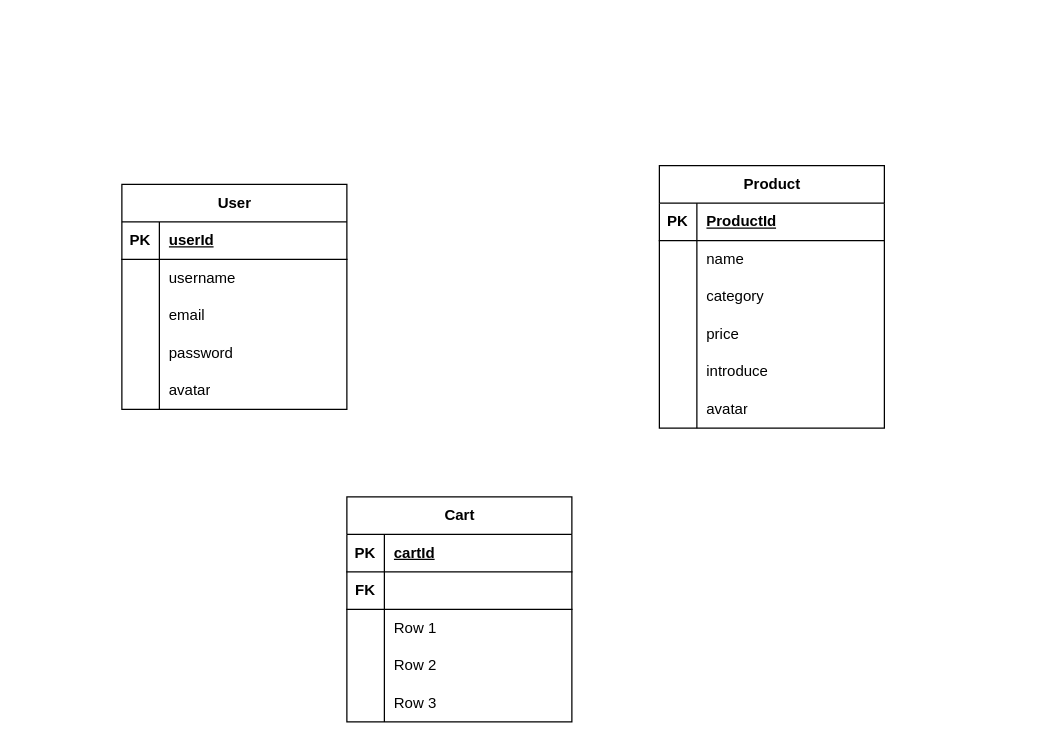
Above: Page_Diagram/petJPA.drawio in dzwfighting/pet_home_evan (draw.io), before the change. Source tidied: cells renumbered, new cells numbered last; positions are measured from the earlier drawing's top-left corner, leaving out a move shared by most shapes. Both pictures are drawn from the tidied source at 125%, with x=0, y=0 at pixel (121, 165).
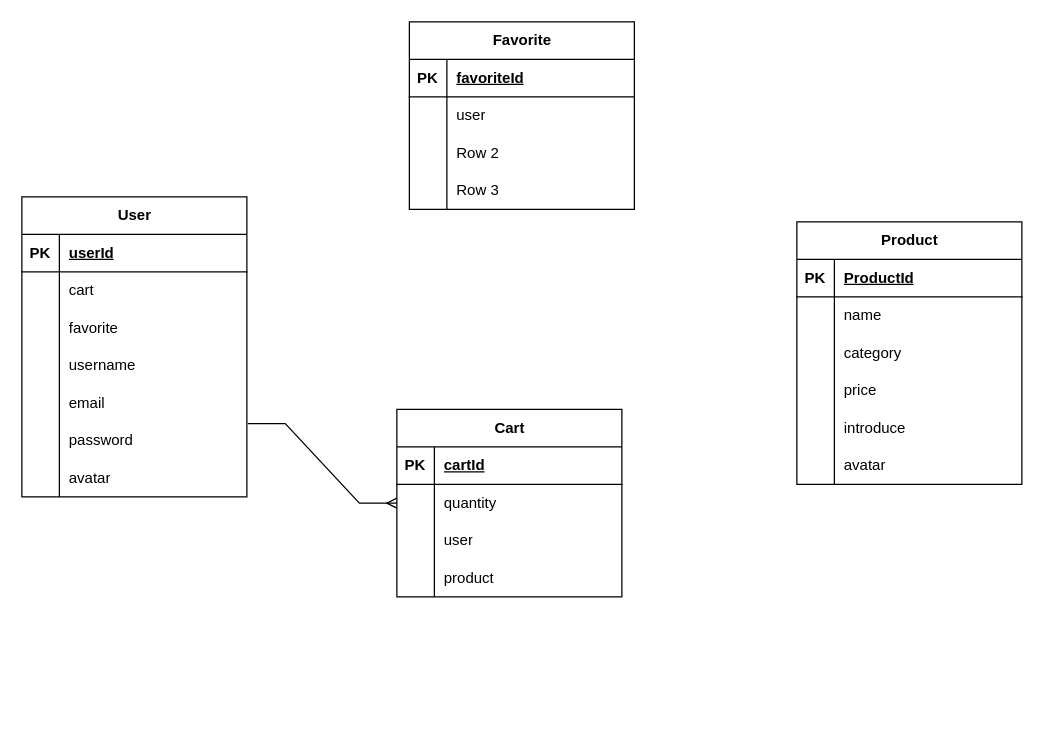
After the change.

Diff of the diagram source:
```diff
@@
     <mxCell id="2" value="User" style="shape=table;startSize=30;childLayout=tableLayout;rowLines=0;fontStyle=1;align=center;html=1;" parent="1" vertex="1">
-      <mxGeometry y="15" width="180" height="180" as="geometry" />
+      <mxGeometry x="-80" y="25" width="180" height="240" as="geometry" />
     </mxCell>
@@
+    <mxCell id="53" style="shape=tableRow;horizontal=0;startSize=0;swimlaneHead=0;swimlaneBody=0;fillColor=none;top=0;left=0;right=0;bottom=0;" parent="2" vertex="1">
+      <mxGeometry y="60" width="180" height="30" as="geometry" />
+    </mxCell>
+    <mxCell id="54" style="shape=partialRectangle;fillColor=none;top=0;left=0;bottom=0;right=0;overflow=hidden;whiteSpace=wrap;html=1;" parent="53" vertex="1">
+      <mxGeometry width="30" height="30" as="geometry" />
+    </mxCell>
+    <mxCell id="55" value="cart" style="shape=partialRectangle;fillColor=none;top=0;left=0;bottom=0;right=0;align=left;spacingLeft=6;overflow=hidden;whiteSpace=wrap;html=1;" parent="53" vertex="1">
+      <mxGeometry x="30" width="150" height="30" as="geometry" />
+    </mxCell>
+    <mxCell id="56" style="shape=tableRow;horizontal=0;startSize=0;swimlaneHead=0;swimlaneBody=0;fillColor=none;top=0;left=0;right=0;bottom=0;" parent="2" vertex="1">
+      <mxGeometry y="90" width="180" height="30" as="geometry" />
+    </mxCell>
+    <mxCell id="57" style="shape=partialRectangle;fillColor=none;top=0;left=0;bottom=0;right=0;overflow=hidden;whiteSpace=wrap;html=1;" parent="56" vertex="1">
+      <mxGeometry width="30" height="30" as="geometry" />
+    </mxCell>
+    <mxCell id="58" value="favorite" style="shape=partialRectangle;fillColor=none;top=0;left=0;bottom=0;right=0;align=left;spacingLeft=6;overflow=hidden;whiteSpace=wrap;html=1;" parent="56" vertex="1">
+      <mxGeometry x="30" width="150" height="30" as="geometry" />
+    </mxCell>
     <mxCell id="6" style="shape=tableRow;horizontal=0;startSize=0;swimlaneHead=0;swimlaneBody=0;fillColor=none;top=0;left=0;right=0;bottom=0;" parent="2" vertex="1">
-      <mxGeometry y="60" width="180" height="30" as="geometry" />
+      <mxGeometry y="120" width="180" height="30" as="geometry" />
     </mxCell>
@@
     <mxCell id="9" style="shape=tableRow;horizontal=0;startSize=0;swimlaneHead=0;swimlaneBody=0;fillColor=none;top=0;left=0;right=0;bottom=0;" parent="2" vertex="1">
-      <mxGeometry y="90" width="180" height="30" as="geometry" />
+      <mxGeometry y="150" width="180" height="30" as="geometry" />
     </mxCell>
@@
     <mxCell id="12" style="shape=tableRow;horizontal=0;startSize=0;swimlaneHead=0;swimlaneBody=0;fillColor=none;points=[[0,0.5],[1,0.5]];portConstraint=eastwest;top=0;left=0;right=0;bottom=0;" parent="2" vertex="1">
-      <mxGeometry y="120" width="180" height="30" as="geometry" />
+      <mxGeometry y="180" width="180" height="30" as="geometry" />
     </mxCell>
@@
     <mxCell id="15" style="shape=tableRow;horizontal=0;startSize=0;swimlaneHead=0;swimlaneBody=0;fillColor=none;top=0;left=0;right=0;bottom=0;" parent="2" vertex="1">
-      <mxGeometry y="150" width="180" height="30" as="geometry" />
+      <mxGeometry y="210" width="180" height="30" as="geometry" />
     </mxCell>
@@
     <mxCell id="18" value="Product" style="shape=table;startSize=30;childLayout=tableLayout;rowLines=0;fontStyle=1;align=center;html=1;" parent="1" vertex="1">
-      <mxGeometry x="430" width="180" height="210" as="geometry" />
+      <mxGeometry x="540" y="45" width="180" height="210" as="geometry" />
     </mxCell>
@@
     <mxCell id="37" value="Cart" style="shape=table;startSize=30;childLayout=tableLayout;rowLines=0;fontStyle=1;align=center;html=1;" parent="1" vertex="1">
-      <mxGeometry x="180" y="265" width="180" height="180" as="geometry" />
+      <mxGeometry x="220" y="195" width="180" height="150" as="geometry" />
     </mxCell>
@@
-    <mxCell id="41" style="shape=tableRow;horizontal=0;startSize=0;swimlaneHead=0;swimlaneBody=0;fillColor=none;top=0;left=0;right=0;bottom=1;" parent="37" vertex="1">
-      <mxGeometry y="60" width="180" height="30" as="geometry" />
-    </mxCell>
-    <mxCell id="42" value="FK" style="shape=partialRectangle;fillColor=none;top=0;left=0;bottom=0;right=0;fontStyle=1;overflow=hidden;whiteSpace=wrap;html=1;" parent="41" vertex="1">
-      <mxGeometry width="30" height="30" as="geometry" />
-    </mxCell>
-    <mxCell id="43" style="shape=partialRectangle;fillColor=none;top=0;left=0;bottom=0;right=0;align=left;spacingLeft=6;fontStyle=5;overflow=hidden;whiteSpace=wrap;html=1;" parent="41" vertex="1">
-      <mxGeometry x="30" width="150" height="30" as="geometry" />
-    </mxCell>
     <mxCell id="44" style="shape=tableRow;horizontal=0;startSize=0;swimlaneHead=0;swimlaneBody=0;fillColor=none;points=[[0,0.5],[1,0.5]];portConstraint=eastwest;top=0;left=0;right=0;bottom=0;" parent="37" vertex="1">
-      <mxGeometry y="90" width="180" height="30" as="geometry" />
+      <mxGeometry y="60" width="180" height="30" as="geometry" />
     </mxCell>
@@
-    <mxCell id="46" value="Row 1" style="shape=partialRectangle;fillColor=none;top=0;left=0;bottom=0;right=0;align=left;spacingLeft=6;overflow=hidden;whiteSpace=wrap;html=1;" parent="44" vertex="1">
+    <mxCell id="46" value="quantity" style="shape=partialRectangle;fillColor=none;top=0;left=0;bottom=0;right=0;align=left;spacingLeft=6;overflow=hidden;whiteSpace=wrap;html=1;" parent="44" vertex="1">
       <mxGeometry x="30" width="150" height="30" as="geometry" />
     </mxCell>
     <mxCell id="47" style="shape=tableRow;horizontal=0;startSize=0;swimlaneHead=0;swimlaneBody=0;fillColor=none;top=0;left=0;right=0;bottom=0;" parent="37" vertex="1">
-      <mxGeometry y="120" width="180" height="30" as="geometry" />
+      <mxGeometry y="90" width="180" height="30" as="geometry" />
     </mxCell>
@@
-    <mxCell id="49" value="Row 2" style="shape=partialRectangle;fillColor=none;top=0;left=0;bottom=0;right=0;align=left;spacingLeft=6;overflow=hidden;whiteSpace=wrap;html=1;" parent="47" vertex="1">
+    <mxCell id="49" value="user" style="shape=partialRectangle;fillColor=none;top=0;left=0;bottom=0;right=0;align=left;spacingLeft=6;overflow=hidden;whiteSpace=wrap;html=1;" parent="47" vertex="1">
       <mxGeometry x="30" width="150" height="30" as="geometry" />
     </mxCell>
     <mxCell id="50" style="shape=tableRow;horizontal=0;startSize=0;swimlaneHead=0;swimlaneBody=0;fillColor=none;top=0;left=0;right=0;bottom=0;" parent="37" vertex="1">
-      <mxGeometry y="150" width="180" height="30" as="geometry" />
+      <mxGeometry y="120" width="180" height="30" as="geometry" />
     </mxCell>
@@
-    <mxCell id="52" value="Row 3" style="shape=partialRectangle;fillColor=none;top=0;left=0;bottom=0;right=0;align=left;spacingLeft=6;overflow=hidden;whiteSpace=wrap;html=1;" parent="50" vertex="1">
+    <mxCell id="52" value="product" style="shape=partialRectangle;fillColor=none;top=0;left=0;bottom=0;right=0;align=left;spacingLeft=6;overflow=hidden;whiteSpace=wrap;html=1;" parent="50" vertex="1">
       <mxGeometry x="30" width="150" height="30" as="geometry" />
     </mxCell>
+    <mxCell id="59" style="edgeStyle=entityRelationEdgeStyle;fontSize=12;html=1;endArrow=ERmany;rounded=0;entryX=0;entryY=0.5;entryDx=0;entryDy=0;exitX=1.004;exitY=0.047;exitDx=0;exitDy=0;exitPerimeter=0;" parent="1" edge="1" source="12" target="44">
+      <mxGeometry relative="1" as="geometry" />
+    </mxCell>
+    <mxCell id="60" value="Favorite" style="shape=table;startSize=30;childLayout=tableLayout;rowLines=0;fontStyle=1;align=center;html=1;" parent="1" vertex="1">
+      <mxGeometry x="230" y="-115" width="180" height="150" as="geometry" />
+    </mxCell>
+    <mxCell id="61" style="shape=tableRow;horizontal=0;startSize=0;swimlaneHead=0;swimlaneBody=0;fillColor=none;top=0;left=0;right=0;bottom=1;" parent="60" vertex="1">
+      <mxGeometry y="30" width="180" height="30" as="geometry" />
+    </mxCell>
+    <mxCell id="62" value="PK" style="shape=partialRectangle;fillColor=none;top=0;left=0;bottom=0;right=0;fontStyle=1;overflow=hidden;whiteSpace=wrap;html=1;" parent="61" vertex="1">
+      <mxGeometry width="30" height="30" as="geometry" />
+    </mxCell>
+    <mxCell id="63" value="favoriteId" style="shape=partialRectangle;fillColor=none;top=0;left=0;bottom=0;right=0;align=left;spacingLeft=6;fontStyle=5;overflow=hidden;whiteSpace=wrap;html=1;" parent="61" vertex="1">
+      <mxGeometry x="30" width="150" height="30" as="geometry" />
+    </mxCell>
+    <mxCell id="64" style="shape=tableRow;horizontal=0;startSize=0;swimlaneHead=0;swimlaneBody=0;fillColor=none;top=0;left=0;right=0;bottom=0;" parent="60" vertex="1">
+      <mxGeometry y="60" width="180" height="30" as="geometry" />
+    </mxCell>
+    <mxCell id="65" style="shape=partialRectangle;fillColor=none;top=0;left=0;bottom=0;right=0;overflow=hidden;whiteSpace=wrap;html=1;" parent="64" vertex="1">
+      <mxGeometry width="30" height="30" as="geometry" />
+    </mxCell>
+    <mxCell id="66" value="user" style="shape=partialRectangle;fillColor=none;top=0;left=0;bottom=0;right=0;align=left;spacingLeft=6;overflow=hidden;whiteSpace=wrap;html=1;" parent="64" vertex="1">
+      <mxGeometry x="30" width="150" height="30" as="geometry" />
+    </mxCell>
+    <mxCell id="67" style="shape=tableRow;horizontal=0;startSize=0;swimlaneHead=0;swimlaneBody=0;fillColor=none;top=0;left=0;right=0;bottom=0;" parent="60" vertex="1">
+      <mxGeometry y="90" width="180" height="30" as="geometry" />
+    </mxCell>
+    <mxCell id="68" style="shape=partialRectangle;fillColor=none;top=0;left=0;bottom=0;right=0;overflow=hidden;whiteSpace=wrap;html=1;" parent="67" vertex="1">
+      <mxGeometry width="30" height="30" as="geometry" />
+    </mxCell>
+    <mxCell id="69" value="Row 2" style="shape=partialRectangle;fillColor=none;top=0;left=0;bottom=0;right=0;align=left;spacingLeft=6;overflow=hidden;whiteSpace=wrap;html=1;" parent="67" vertex="1">
+      <mxGeometry x="30" width="150" height="30" as="geometry" />
+    </mxCell>
+    <mxCell id="70" style="shape=tableRow;horizontal=0;startSize=0;swimlaneHead=0;swimlaneBody=0;fillColor=none;top=0;left=0;right=0;bottom=0;" parent="60" vertex="1">
+      <mxGeometry y="120" width="180" height="30" as="geometry" />
+    </mxCell>
+    <mxCell id="71" style="shape=partialRectangle;fillColor=none;top=0;left=0;bottom=0;right=0;overflow=hidden;whiteSpace=wrap;html=1;" parent="70" vertex="1">
+      <mxGeometry width="30" height="30" as="geometry" />
+    </mxCell>
+    <mxCell id="72" value="Row 3" style="shape=partialRectangle;fillColor=none;top=0;left=0;bottom=0;right=0;align=left;spacingLeft=6;overflow=hidden;whiteSpace=wrap;html=1;" parent="70" vertex="1">
+      <mxGeometry x="30" width="150" height="30" as="geometry" />
+    </mxCell>
```
